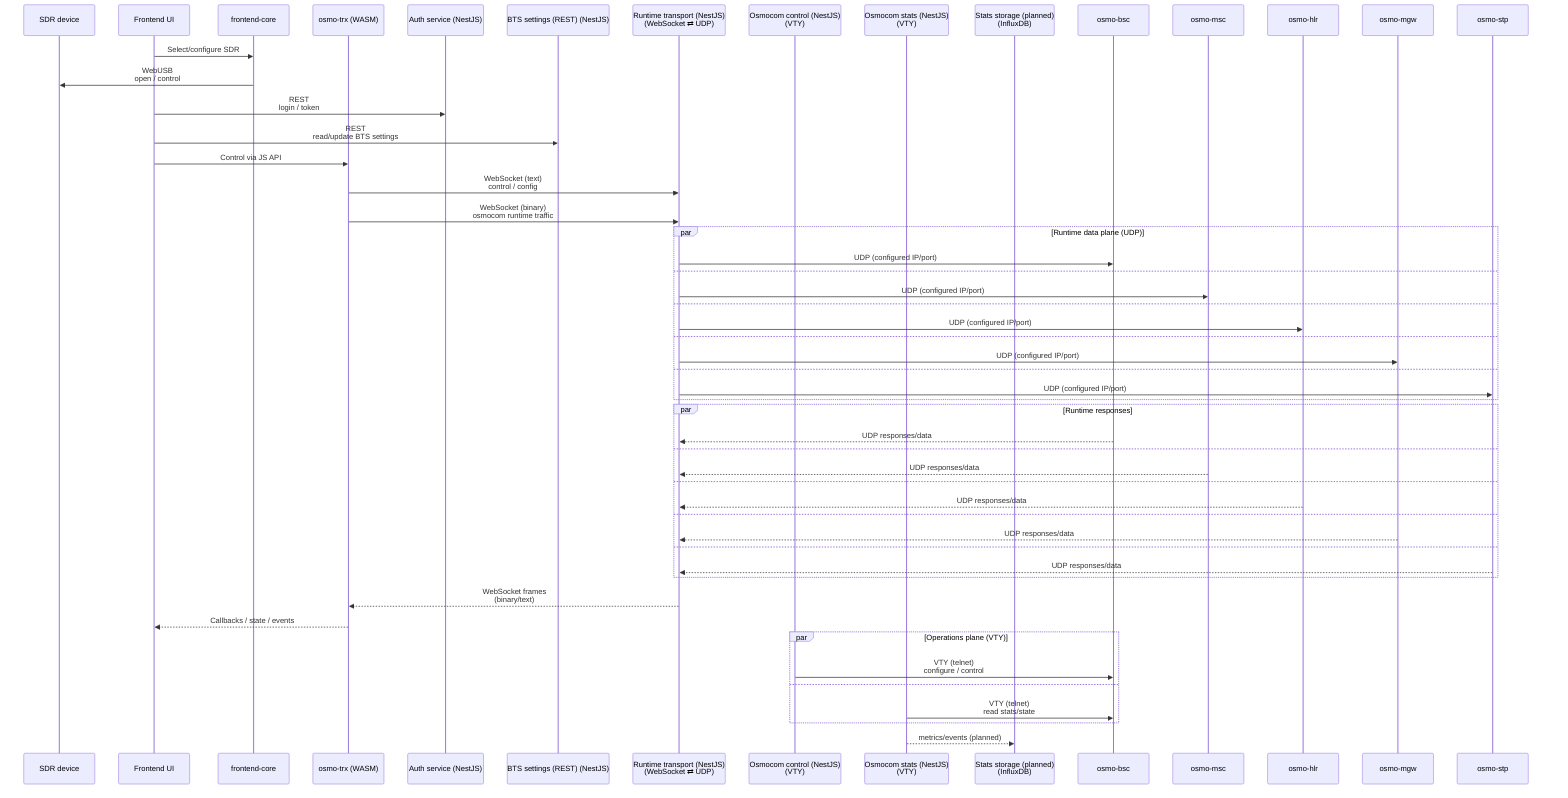
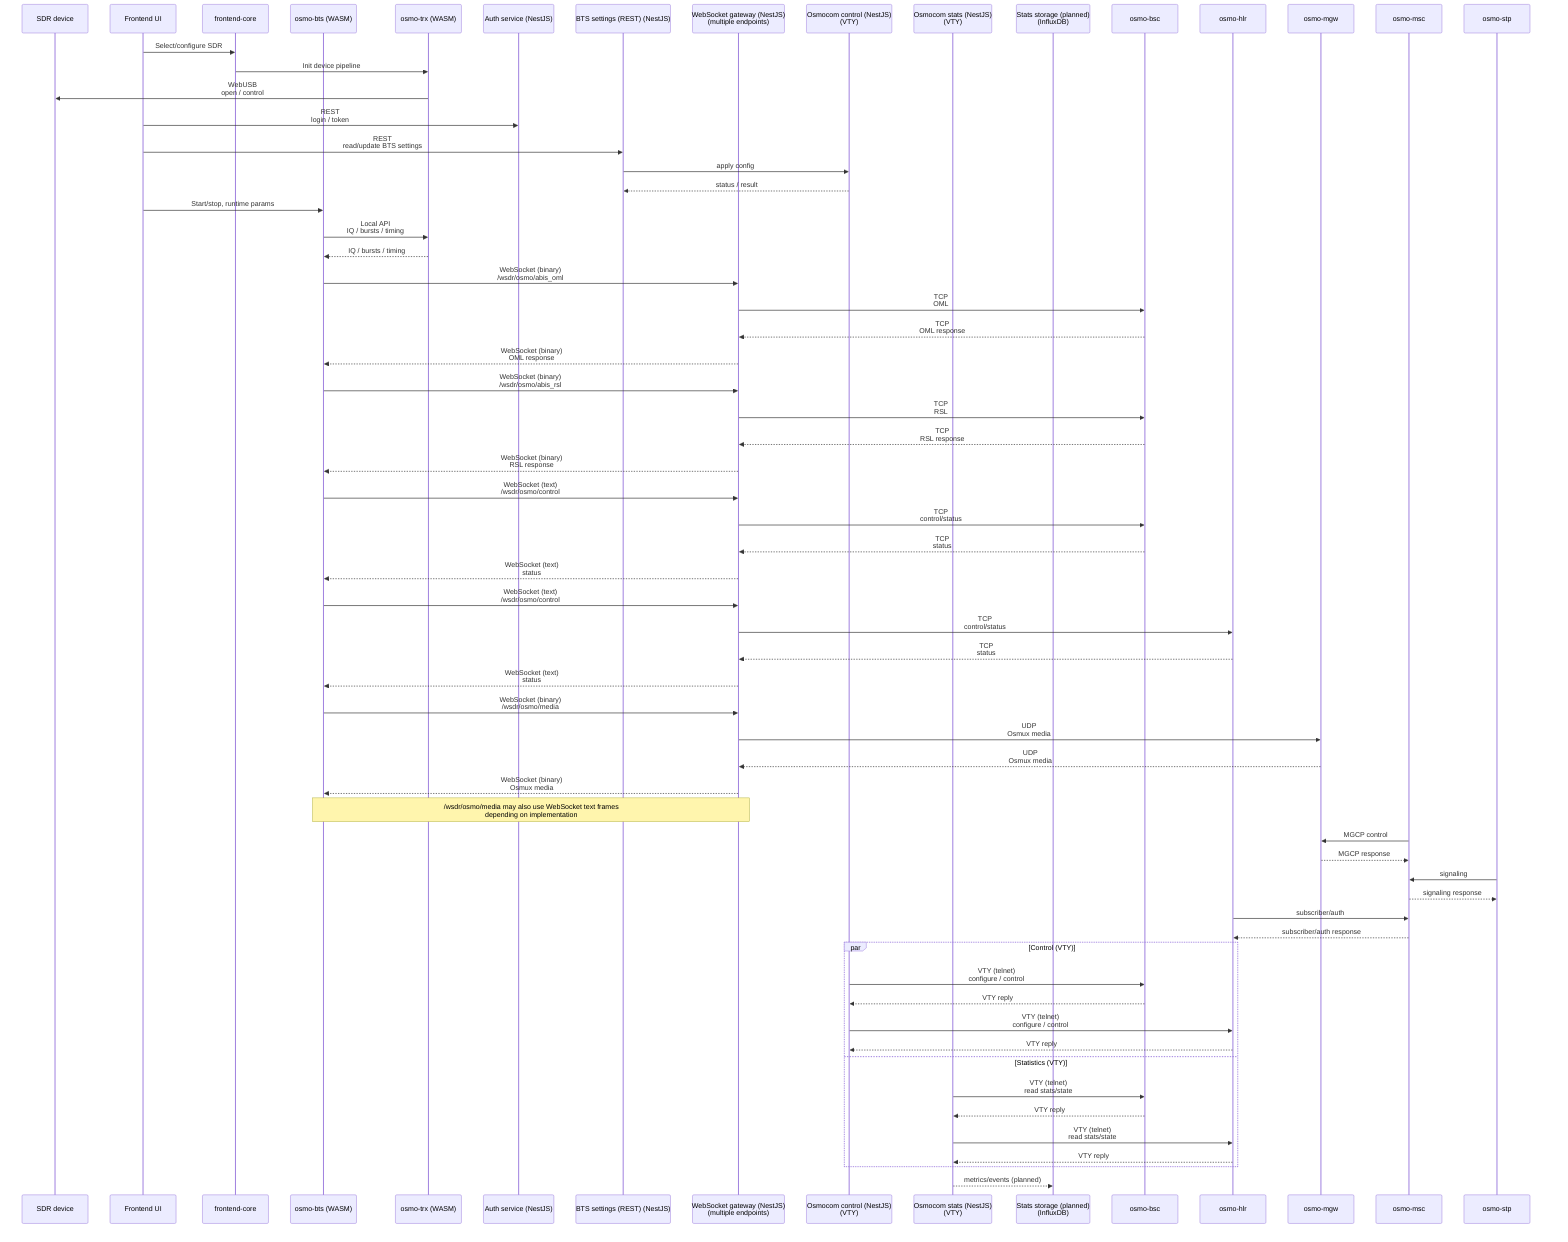
+ ---
+ config:
+   layout: elk
+ ---
sequenceDiagram
  participant SDR as SDR device
  participant UI as Frontend UI
  participant FEC as frontend-core
+   participant BTS as osmo-bts (WASM)
  participant TRX as osmo-trx (WASM)

  participant AUTH as Auth service (NestJS)
  participant BTSAPI as BTS settings (REST) (NestJS)

-   participant RTS as Runtime transport (NestJS)<br/>(WebSocket ⇄ UDP)
+   participant WSGW as WebSocket gateway (NestJS)<br/>(multiple endpoints)
  participant VTYCTL as Osmocom control (NestJS)<br/>(VTY)
  participant VTYSTAT as Osmocom stats (NestJS)<br/>(VTY)
  participant TSDBS as Stats storage (planned)<br/>(InfluxDB)

  participant BSC as osmo-bsc
-   participant MSC as osmo-msc
  participant HLR as osmo-hlr
  participant MGW as osmo-mgw
+   participant MSC as osmo-msc
  participant STP as osmo-stp

+   %% Local device plane
  UI->>FEC: Select/configure SDR
-   FEC->>SDR: WebUSB<br/>open / control
+   FEC->>TRX: Init device pipeline
+   TRX->>SDR: WebUSB<br/>open / control

+   %% App/API plane
  UI->>AUTH: REST<br/>login / token
  UI->>BTSAPI: REST<br/>read/update BTS settings
+   BTSAPI->>VTYCTL: apply config
+   VTYCTL-->>BTSAPI: status / result

-   UI->>TRX: Control via JS API
-   TRX->>RTS: WebSocket (text)<br/>control / config
-   TRX->>RTS: WebSocket (binary)<br/>osmocom runtime traffic
+   %% Local BTS/TRX integration
+   UI->>BTS: Start/stop, runtime params
+   BTS->>TRX: Local API<br/>IQ / bursts / timing
+   TRX-->>BTS: IQ / bursts / timing

-   par Runtime data plane (UDP)
-     RTS->>BSC: UDP (configured IP/port)
-   and
-     RTS->>MSC: UDP (configured IP/port)
-   and
-     RTS->>HLR: UDP (configured IP/port)
-   and
-     RTS->>MGW: UDP (configured IP/port)
-   and
-     RTS->>STP: UDP (configured IP/port)
-   end
+   %% /wsdr/osmo/abis_oml (binary) -> TCP OML
+   BTS->>WSGW: WebSocket (binary)<br/>/wsdr/osmo/abis_oml
+   WSGW->>BSC: TCP<br/>OML
+   BSC-->>WSGW: TCP<br/>OML response
+   WSGW-->>BTS: WebSocket (binary)<br/>OML response

-   par Runtime responses
-     BSC-->>RTS: UDP responses/data
-   and
-     MSC-->>RTS: UDP responses/data
-   and
-     HLR-->>RTS: UDP responses/data
-   and
-     MGW-->>RTS: UDP responses/data
-   and
-     STP-->>RTS: UDP responses/data
-   end
+   %% /wsdr/osmo/abis_rsl (binary) -> TCP RSL
+   BTS->>WSGW: WebSocket (binary)<br/>/wsdr/osmo/abis_rsl
+   WSGW->>BSC: TCP<br/>RSL
+   BSC-->>WSGW: TCP<br/>RSL response
+   WSGW-->>BTS: WebSocket (binary)<br/>RSL response

-   RTS-->>TRX: WebSocket frames<br/>(binary/text)
-   TRX-->>UI: Callbacks / state / events
+   %% /wsdr/osmo/control (text) -> TCP control/status for BSC + HLR
+   BTS->>WSGW: WebSocket (text)<br/>/wsdr/osmo/control
+   WSGW->>BSC: TCP<br/>control/status
+   BSC-->>WSGW: TCP<br/>status
+   WSGW-->>BTS: WebSocket (text)<br/>status

-   par Operations plane (VTY)
+   BTS->>WSGW: WebSocket (text)<br/>/wsdr/osmo/control
+   WSGW->>HLR: TCP<br/>control/status
+   HLR-->>WSGW: TCP<br/>status
+   WSGW-->>BTS: WebSocket (text)<br/>status
+ 
+   %% /wsdr/osmo/media (binary) -> UDP Osmux media
+   BTS->>WSGW: WebSocket (binary)<br/>/wsdr/osmo/media
+   WSGW->>MGW: UDP<br/>Osmux media
+   MGW-->>WSGW: UDP<br/>Osmux media
+   WSGW-->>BTS: WebSocket (binary)<br/>Osmux media
+ 
+   note over BTS,WSGW: /wsdr/osmo/media may also use WebSocket text frames<br/>depending on implementation
+ 
+   %% Core network context (native links)
+   MSC->>MGW: MGCP control
+   MGW-->>MSC: MGCP response
+   STP->>MSC: signaling
+   MSC-->>STP: signaling response
+   HLR->>MSC: subscriber/auth
+   MSC-->>HLR: subscriber/auth response
+ 
+   %% Operations plane (VTY)
+   par Control (VTY)
    VTYCTL->>BSC: VTY (telnet)<br/>configure / control
-   and
+     BSC-->>VTYCTL: VTY reply
+     VTYCTL->>HLR: VTY (telnet)<br/>configure / control
+     HLR-->>VTYCTL: VTY reply
+   and Statistics (VTY)
    VTYSTAT->>BSC: VTY (telnet)<br/>read stats/state
+     BSC-->>VTYSTAT: VTY reply
+     VTYSTAT->>HLR: VTY (telnet)<br/>read stats/state
+     HLR-->>VTYSTAT: VTY reply
  end

  VTYSTAT-->>TSDBS: metrics/events (planned)
